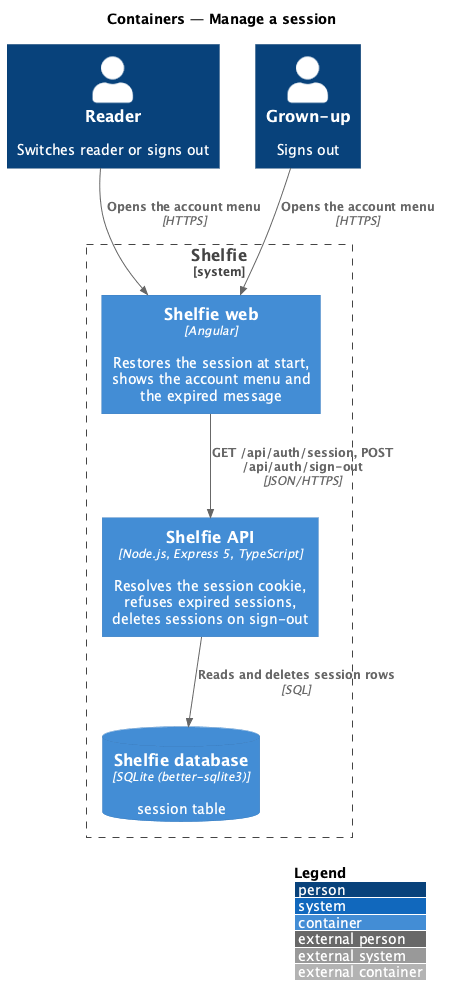
Above: docs/detailed-designs/sign-in/manage-session/diagrams/c4-container.png in QuinntyneBrown/shelfie (PlantUML), before the change.
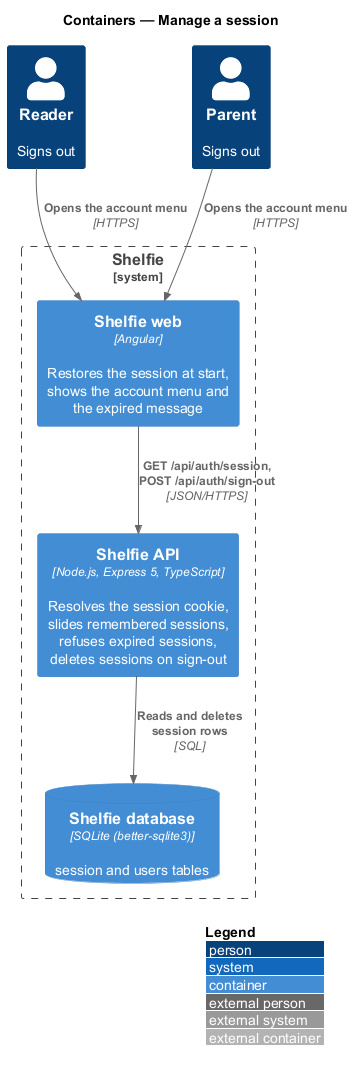
Later version of the same file.

Change to the diagram source:
```diff
@@ -3,15 +3,15 @@
 LAYOUT_WITH_LEGEND()
 title Containers — Manage a session
 
-Person(reader, "Reader", "Switches reader or signs out")
-Person(grownUp, "Grown-up", "Signs out")
+Person(reader, "Reader", "Signs out")
+Person(parent, "Parent", "Signs out")
 System_Boundary(shelfie, "Shelfie") {
   Container(web, "Shelfie web", "Angular", "Restores the session at start, shows the account menu and the expired message")
-  Container(api, "Shelfie API", "Node.js, Express 5, TypeScript", "Resolves the session cookie, refuses expired sessions, deletes sessions on sign-out")
-  ContainerDb(db, "Shelfie database", "SQLite (better-sqlite3)", "session table")
+  Container(api, "Shelfie API", "Node.js, Express 5, TypeScript", "Resolves the session cookie, slides remembered sessions, refuses expired sessions, deletes sessions on sign-out")
+  ContainerDb(db, "Shelfie database", "SQLite (better-sqlite3)", "session and users tables")
 }
 Rel(reader, web, "Opens the account menu", "HTTPS")
-Rel(grownUp, web, "Opens the account menu", "HTTPS")
+Rel(parent, web, "Opens the account menu", "HTTPS")
 Rel(web, api, "GET /api/auth/session, POST /api/auth/sign-out", "JSON/HTTPS")
 Rel(api, db, "Reads and deletes session rows", "SQL")
 @enduml
```
